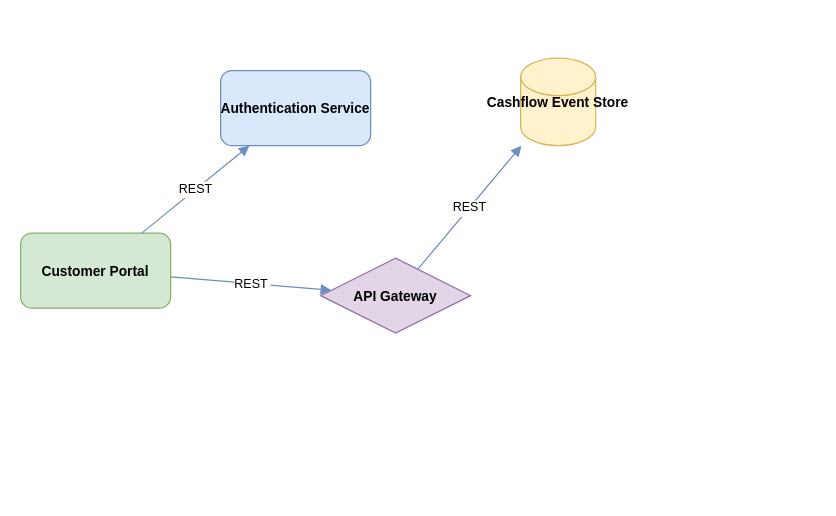
Above: diagrams/JanciK.drawio in jazzwedz/arch-data (draw.io), before the change. Source tidied: cells renumbered, new cells numbered last; positions are measured from the earlier drawing's top-left corner, leaving out a move shared by most shapes. Both pictures are drawn from the tidied source at 125%, with x=0, y=0 at pixel (20, 58).
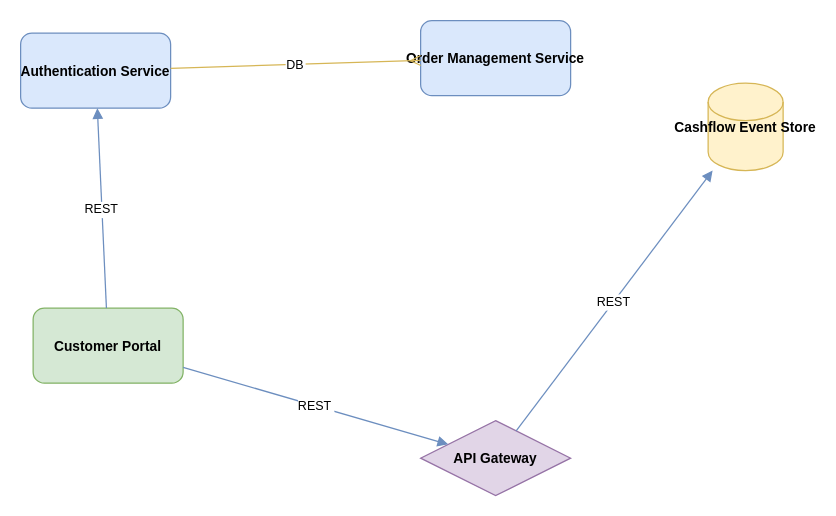
Above is the later version.

Commit message:
feat: update diagram JanciK

What changed in the source:
```diff
@@
 <mxGraphModel>
   <root>
     <mxCell id="0" />
     <mxCell id="1" parent="0" />
     <mxCell id="2" value="Authentication Service" style="rounded=1;fillColor=#dae8fc;strokeColor=#6c8ebf;fontStyle=1;fontSize=11;" parent="1" vertex="1">
-      <mxGeometry x="160" y="10" width="120" height="60" as="geometry" />
+      <mxGeometry y="-20" width="120" height="60" as="geometry" />
     </mxCell>
     <mxCell id="3" value="Cashflow Event Store" style="shape=cylinder3;fillColor=#fff2cc;strokeColor=#d6b656;fontStyle=1;fontSize=11;" parent="1" vertex="1">
-      <mxGeometry x="400" width="60" height="70" as="geometry" />
+      <mxGeometry x="550" y="20" width="60" height="70" as="geometry" />
     </mxCell>
     <mxCell id="4" value="API Gateway" style="rhombus;fillColor=#e1d5e7;strokeColor=#9673a6;fontStyle=1;fontSize=11;" parent="1" vertex="1">
-      <mxGeometry x="240" y="160" width="120" height="60" as="geometry" />
+      <mxGeometry x="320" y="290" width="120" height="60" as="geometry" />
     </mxCell>
     <mxCell id="5" value="Customer Portal" style="rounded=1;fillColor=#d5e8d4;strokeColor=#82b366;fontStyle=1;fontSize=11;" parent="1" vertex="1">
-      <mxGeometry y="140" width="120" height="60" as="geometry" />
+      <mxGeometry x="10" y="200" width="120" height="60" as="geometry" />
     </mxCell>
-    <mxCell id="6" value="REST" style="endArrow=block;endFill=1;strokeColor=#6c8ebf;fontSize=10;" parent="1" edge="1" source="5" target="2">
-      <mxGeometry relative="1" as="geometry" />
+    <mxCell id="6" value="Order Management Service" style="rounded=1;fillColor=#dae8fc;strokeColor=#6c8ebf;fontStyle=1;fontSize=11;" parent="1" vertex="1">
+      <mxGeometry x="320" y="-30" width="120" height="60" as="geometry" />
     </mxCell>
-    <mxCell id="7" value="REST" style="endArrow=block;endFill=1;strokeColor=#6c8ebf;fontSize=10;" parent="1" edge="1" source="5" target="4">
+    <mxCell id="7" value="REST" style="endArrow=block;endFill=1;strokeColor=#6c8ebf;fontSize=10;" parent="1" edge="1" source="5" target="2">
       <mxGeometry relative="1" as="geometry" />
     </mxCell>
-    <mxCell id="8" value="REST" style="endArrow=block;endFill=1;strokeColor=#6c8ebf;fontSize=10;" parent="1" edge="1" source="4" target="3">
+    <mxCell id="8" value="REST" style="endArrow=block;endFill=1;strokeColor=#6c8ebf;fontSize=10;" parent="1" edge="1" source="5" target="4">
       <mxGeometry relative="1" as="geometry" />
     </mxCell>
+    <mxCell id="9" value="REST" style="endArrow=block;endFill=1;strokeColor=#6c8ebf;fontSize=10;" parent="1" edge="1" source="4" target="3">
+      <mxGeometry relative="1" as="geometry" />
+    </mxCell>
+    <mxCell id="10" value="DB" style="endArrow=ERmany;endFill=0;strokeColor=#d6b656;fontSize=10;" parent="1" edge="1" source="2" target="6">
+      <mxGeometry relative="1" as="geometry" />
+    </mxCell>
   </root>
 </mxGraphModel>
```
